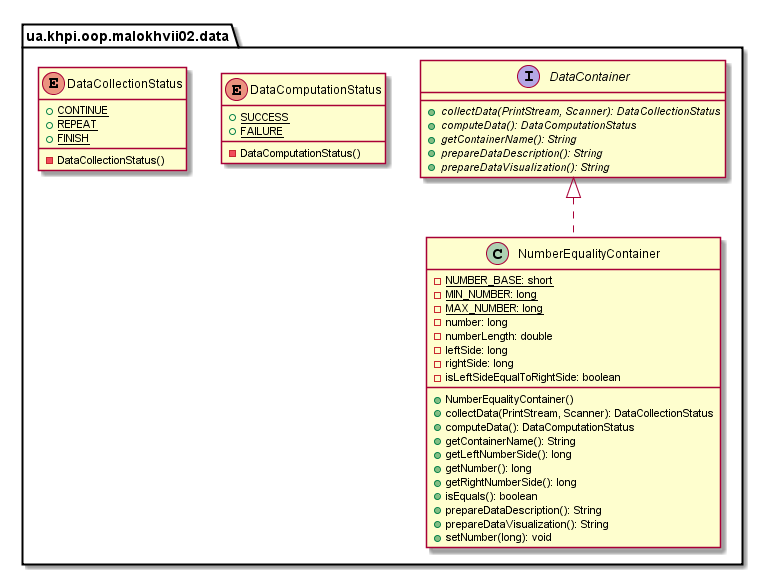
This is malokhvii-eduard/malokhvii02/doc/plantuml/png/ua.khpi.oop.malokhvii02.data.package.png from P-Kalin/kit26a, a PlantUML export, as it was before one commit. Source of this version:
```plantuml
@startuml

    namespace ua.khpi.oop.malokhvii02.data {

        class NumberEqualityContainer {
            {static} -NUMBER_BASE: short
            {static} -MIN_NUMBER: long
            {static} -MAX_NUMBER: long
            -number: long
            -numberLength: double
            -leftSide: long
            -rightSide: long
            -isLeftSideEqualToRightSide: boolean
            +NumberEqualityContainer()
            +collectData(PrintStream, Scanner): DataCollectionStatus
            +computeData(): DataComputationStatus
            +getContainerName(): String
            +getLeftNumberSide(): long
            +getNumber(): long
            +getRightNumberSide(): long
            +isEquals(): boolean
            +prepareDataDescription(): String
            +prepareDataVisualization(): String
            +setNumber(long): void
        }

        interface DataContainer {
            {abstract} +collectData(PrintStream, Scanner): DataCollectionStatus
            {abstract} +computeData(): DataComputationStatus
            {abstract} +getContainerName(): String
            {abstract} +prepareDataDescription(): String
            {abstract} +prepareDataVisualization(): String
        }

        enum DataComputationStatus {
            {static} +SUCCESS
            {static} +FAILURE
            -DataComputationStatus()
        }

        enum DataCollectionStatus {
            {static} +CONTINUE
            {static} +REPEAT
            {static} +FINISH
            -DataCollectionStatus()
        }

        DataContainer <|.. NumberEqualityContainer

    }

@enduml
```
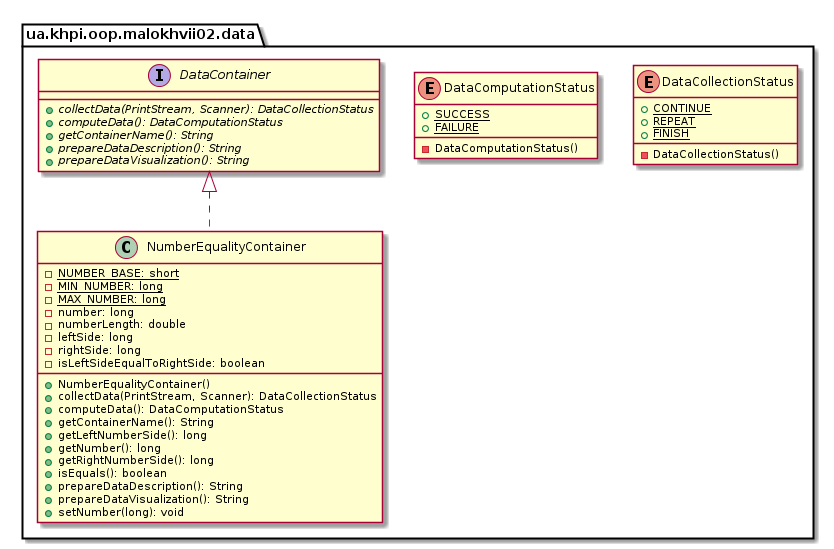
The same diagram one commit later.

The edit, as a diff of the source:
```diff
@@ -1,6 +1,13 @@
 @startuml
 
     namespace ua.khpi.oop.malokhvii02.data {
+
+        enum DataCollectionStatus {
+            {static} +CONTINUE
+            {static} +REPEAT
+            {static} +FINISH
+            -DataCollectionStatus()
+        }
 
         class NumberEqualityContainer {
             {static} -NUMBER_BASE: short
@@ -24,6 +31,12 @@
             +setNumber(long): void
         }
 
+        enum DataComputationStatus {
+            {static} +SUCCESS
+            {static} +FAILURE
+            -DataComputationStatus()
+        }
+
         interface DataContainer {
             {abstract} +collectData(PrintStream, Scanner): DataCollectionStatus
             {abstract} +computeData(): DataComputationStatus
@@ -32,19 +45,6 @@
             {abstract} +prepareDataVisualization(): String
         }
 
-        enum DataComputationStatus {
-            {static} +SUCCESS
-            {static} +FAILURE
-            -DataComputationStatus()
-        }
-
-        enum DataCollectionStatus {
-            {static} +CONTINUE
-            {static} +REPEAT
-            {static} +FINISH
-            -DataCollectionStatus()
-        }
-
         DataContainer <|.. NumberEqualityContainer
 
     }
```
